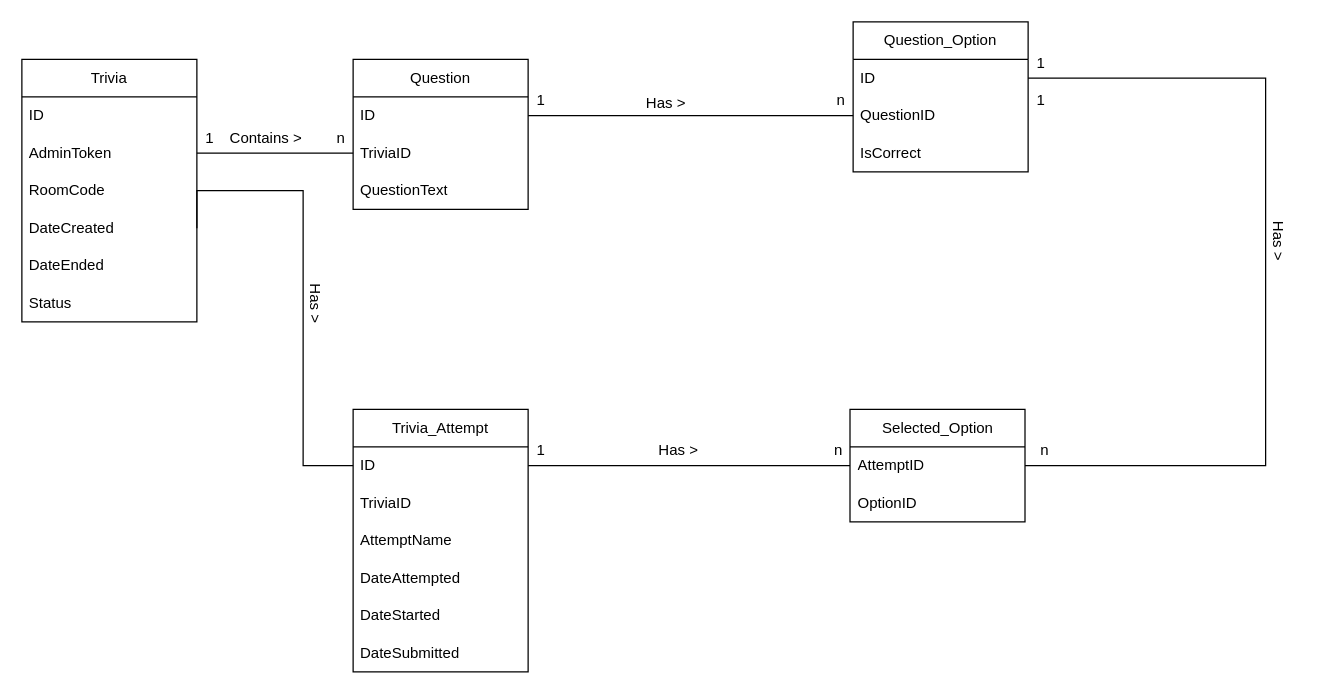
Before: Documentation/Trivia_DB.drawio in Leon21-Nkadimeng/Trivia, a draw.io diagram. Source tidied: cells renumbered, new cells numbered last; positions are measured from the earlier drawing's top-left corner, leaving out a move shared by most shapes. Both pictures are drawn from the tidied source at 125%, with x=0, y=0 at pixel (21, 21).
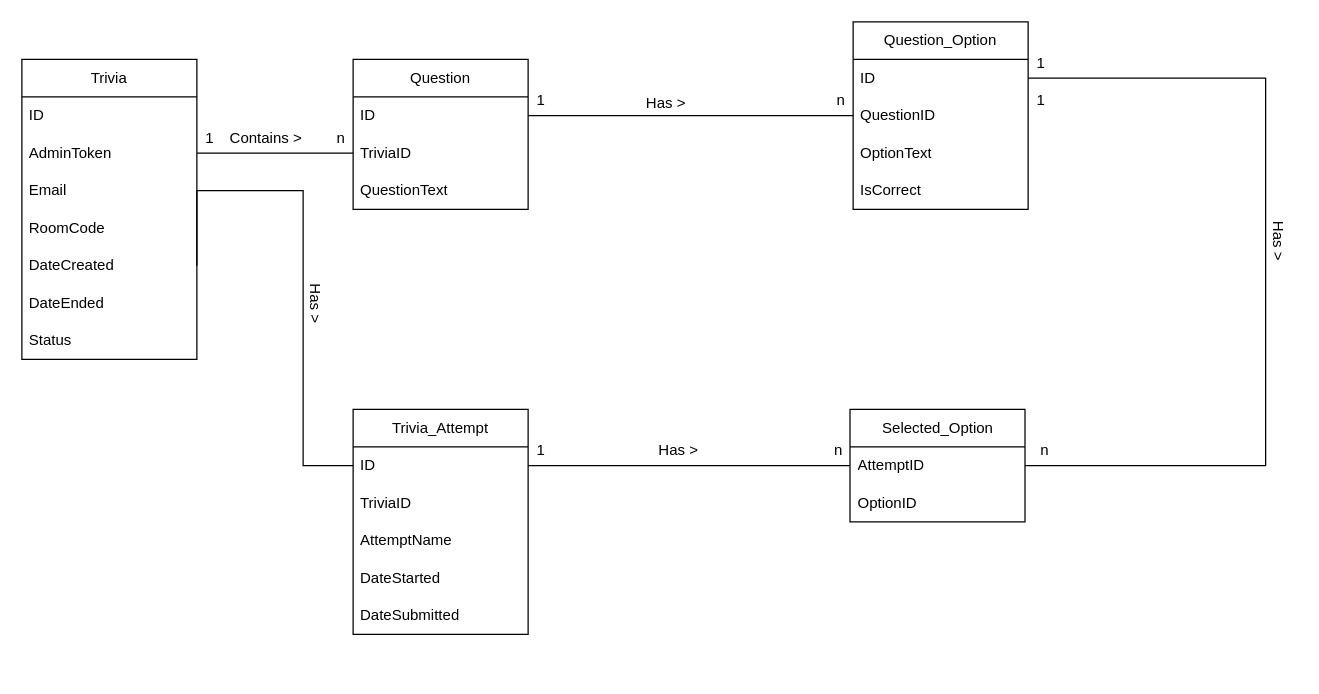
Above is the later version.

Commit message (it also covers changes not shown here):
Made the play trivia page interactive

Diff of the diagram source:
```diff
@@
     <mxCell id="2" value="Trivia" style="swimlane;fontStyle=0;horizontal=1;startSize=30;whiteSpace=wrap;html=1;" parent="1" vertex="1">
-      <mxGeometry y="30" width="140" height="210" as="geometry" />
+      <mxGeometry y="30" width="140" height="240" as="geometry" />
     </mxCell>
@@
+    <mxCell id="46" value="Email" style="text;strokeColor=none;fillColor=none;align=left;verticalAlign=middle;spacingLeft=4;spacingRight=4;overflow=hidden;whiteSpace=wrap;html=1;" parent="2" vertex="1">
+      <mxGeometry y="90" width="140" height="30" as="geometry" />
+    </mxCell>
     <mxCell id="5" value="RoomCode" style="text;strokeColor=none;fillColor=none;align=left;verticalAlign=middle;spacingLeft=4;spacingRight=4;overflow=hidden;whiteSpace=wrap;html=1;" parent="2" vertex="1">
-      <mxGeometry y="90" width="140" height="30" as="geometry" />
+      <mxGeometry y="120" width="140" height="30" as="geometry" />
     </mxCell>
     <mxCell id="6" value="DateCreated" style="text;strokeColor=none;fillColor=none;align=left;verticalAlign=middle;spacingLeft=4;spacingRight=4;overflow=hidden;points=[[0,0.5],[1,0.5]];portConstraint=eastwest;whiteSpace=wrap;html=1;" parent="2" vertex="1">
-      <mxGeometry y="120" width="140" height="30" as="geometry" />
+      <mxGeometry y="150" width="140" height="30" as="geometry" />
     </mxCell>
     <mxCell id="7" value="DateEnded" style="text;strokeColor=none;fillColor=none;align=left;verticalAlign=middle;spacingLeft=4;spacingRight=4;overflow=hidden;whiteSpace=wrap;html=1;" parent="2" vertex="1">
-      <mxGeometry y="150" width="140" height="30" as="geometry" />
+      <mxGeometry y="180" width="140" height="30" as="geometry" />
     </mxCell>
     <mxCell id="8" value="Status" style="text;strokeColor=none;fillColor=none;align=left;verticalAlign=middle;spacingLeft=4;spacingRight=4;overflow=hidden;whiteSpace=wrap;html=1;" parent="2" vertex="1">
-      <mxGeometry y="180" width="140" height="30" as="geometry" />
+      <mxGeometry y="210" width="140" height="30" as="geometry" />
     </mxCell>
@@
     <mxCell id="13" value="Question_Option" style="swimlane;fontStyle=0;horizontal=1;startSize=30;whiteSpace=wrap;html=1;" parent="1" vertex="1">
-      <mxGeometry x="665" width="140" height="120" as="geometry" />
+      <mxGeometry x="665" width="140" height="150" as="geometry" />
     </mxCell>
@@
+    <mxCell id="47" value="OptionText" style="text;strokeColor=none;fillColor=none;align=left;verticalAlign=middle;spacingLeft=4;spacingRight=4;overflow=hidden;whiteSpace=wrap;html=1;" parent="13" vertex="1">
+      <mxGeometry y="90" width="140" height="30" as="geometry" />
+    </mxCell>
     <mxCell id="16" value="IsCorrect" style="text;strokeColor=none;fillColor=none;align=left;verticalAlign=middle;spacingLeft=4;spacingRight=4;overflow=hidden;whiteSpace=wrap;html=1;" parent="13" vertex="1">
-      <mxGeometry y="90" width="140" height="30" as="geometry" />
+      <mxGeometry y="120" width="140" height="30" as="geometry" />
     </mxCell>
@@
     <mxCell id="25" value="Trivia_Attempt" style="swimlane;fontStyle=0;horizontal=1;startSize=30;whiteSpace=wrap;html=1;" parent="1" vertex="1">
-      <mxGeometry x="265" y="310" width="140" height="210" as="geometry" />
+      <mxGeometry x="265" y="310" width="140" height="180" as="geometry" />
     </mxCell>
@@
-    <mxCell id="29" value="DateAttempted" style="text;strokeColor=none;fillColor=none;align=left;verticalAlign=middle;spacingLeft=4;spacingRight=4;overflow=hidden;whiteSpace=wrap;html=1;" parent="25" vertex="1">
-      <mxGeometry y="120" width="140" height="30" as="geometry" />
-    </mxCell>
     <mxCell id="30" value="DateStarted" style="text;strokeColor=none;fillColor=none;align=left;verticalAlign=middle;spacingLeft=4;spacingRight=4;overflow=hidden;whiteSpace=wrap;html=1;" parent="25" vertex="1">
-      <mxGeometry y="150" width="140" height="30" as="geometry" />
+      <mxGeometry y="120" width="140" height="30" as="geometry" />
     </mxCell>
     <mxCell id="31" value="DateSubmitted" style="text;strokeColor=none;fillColor=none;align=left;verticalAlign=middle;spacingLeft=4;spacingRight=4;overflow=hidden;whiteSpace=wrap;html=1;" parent="25" vertex="1">
-      <mxGeometry y="180" width="140" height="30" as="geometry" />
+      <mxGeometry y="150" width="140" height="30" as="geometry" />
     </mxCell>
```
